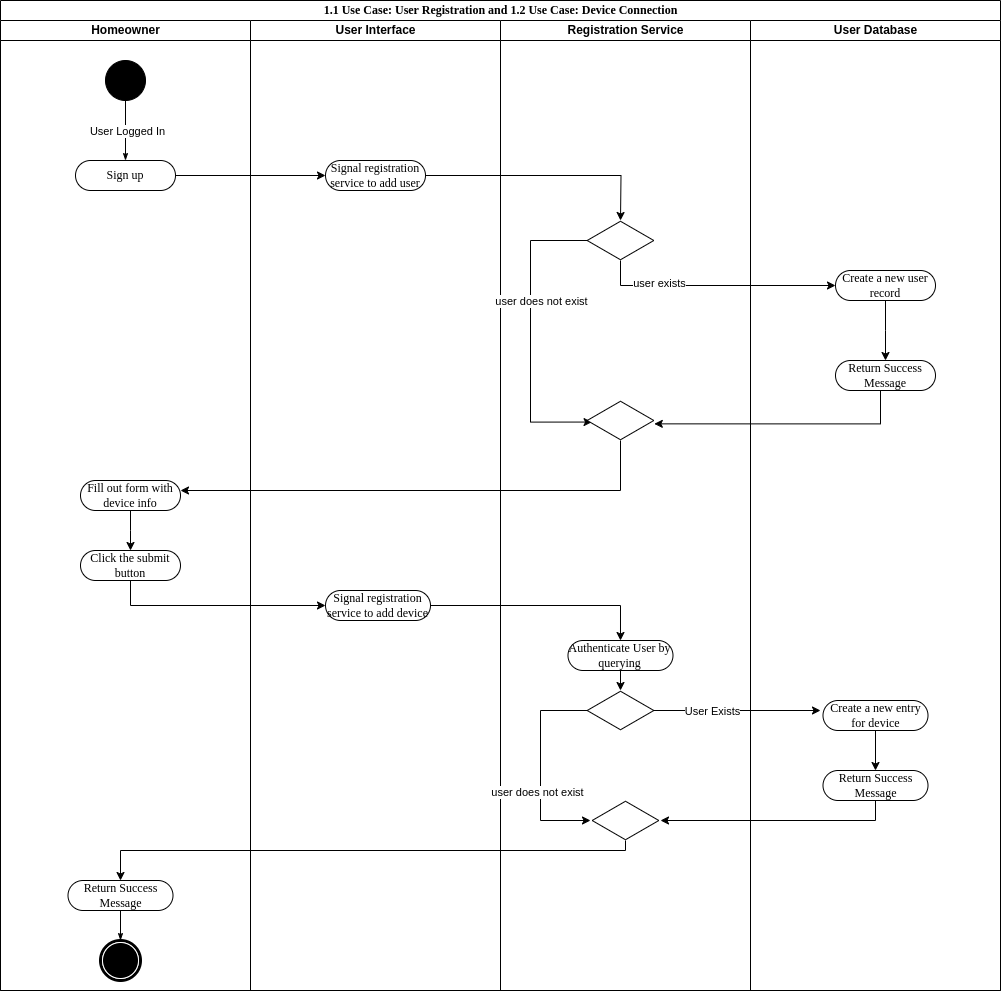
Above: Activity_RegistrationMicroservice.png in uvic-teach/project-m1-team15 (draw.io), before the change. Source tidied: cells renumbered, new cells last; positions are measured from the earlier drawing's top-left corner, leaving out a move shared by most shapes.
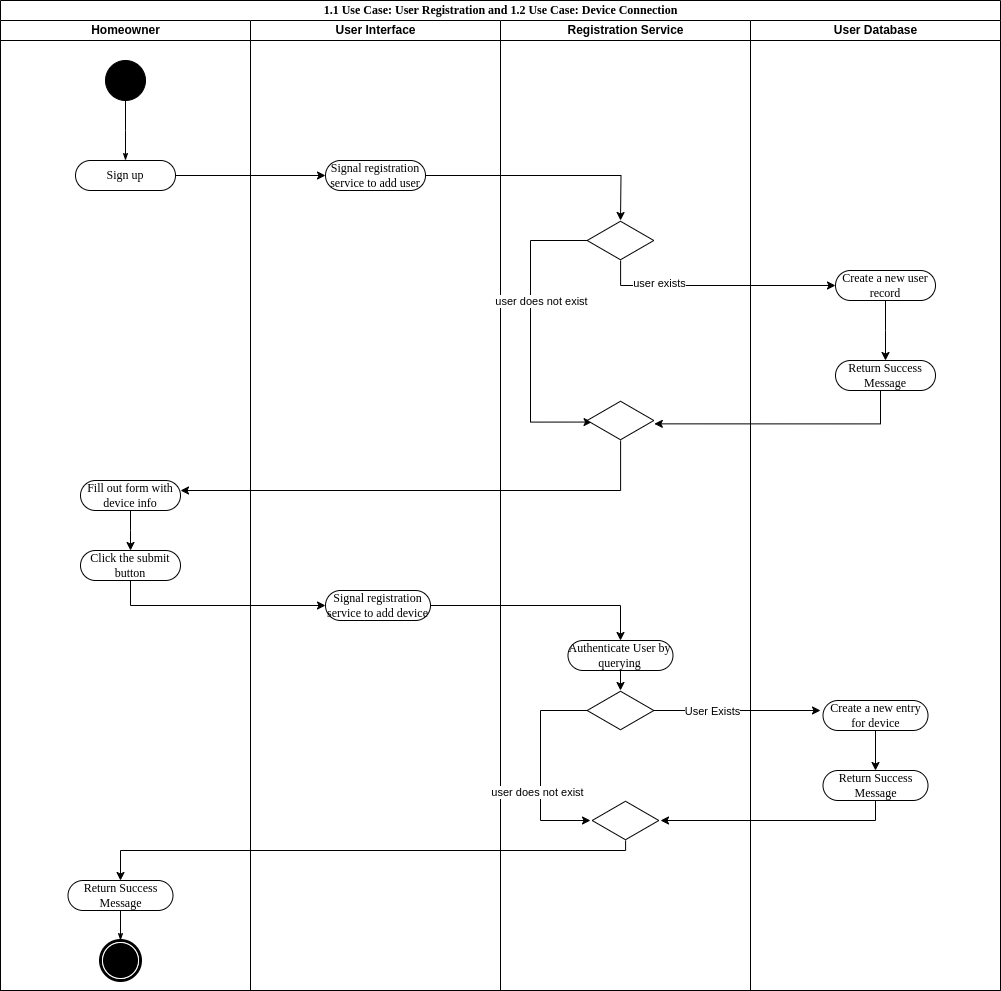
After the change.

What changed in the source:
```diff
@@ -111,9 +111,6 @@
         <mxPoint x="125" y="160" as="targetPoint" />
       </mxGeometry>
     </mxCell>
-    <mxCell id="30" value="User Logged In" style="edgeLabel;html=1;align=center;verticalAlign=middle;" parent="29" vertex="1">
-      <mxGeometry x="0.03" y="1" relative="1" as="geometry" />
-    </mxCell>
     <mxCell id="31" style="edgeStyle=orthogonalEdgeStyle;rounded=0;jettySize=auto;html=1;entryX=0;entryY=0.5;entryDx=0;entryDy=0;" parent="2" edge="1" source="5" target="13">
       <mxGeometry relative="1" as="geometry" />
     </mxCell>
```
